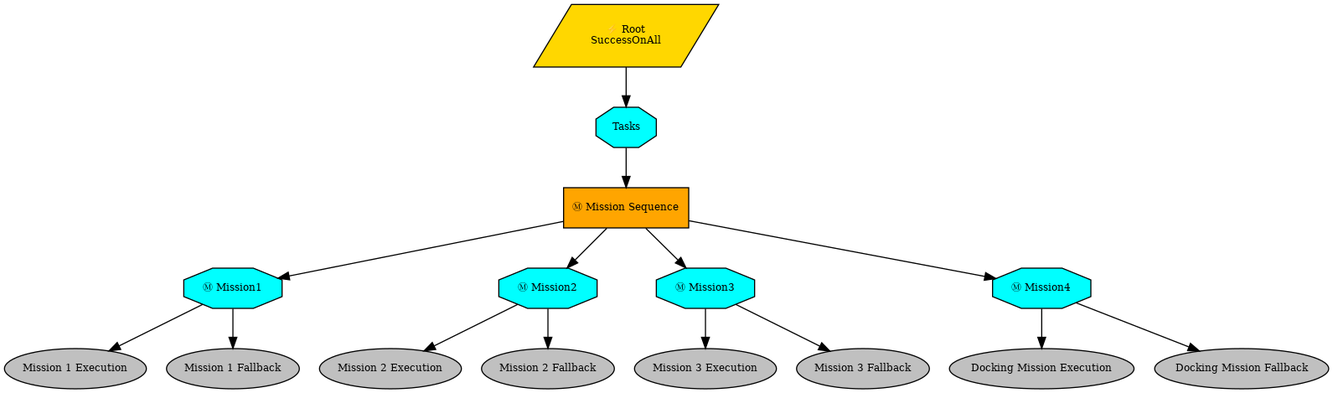
Above: root.png in AMV-UI/KKI-25 (Graphviz), before the change. Its source is kept beside it as root.dot.
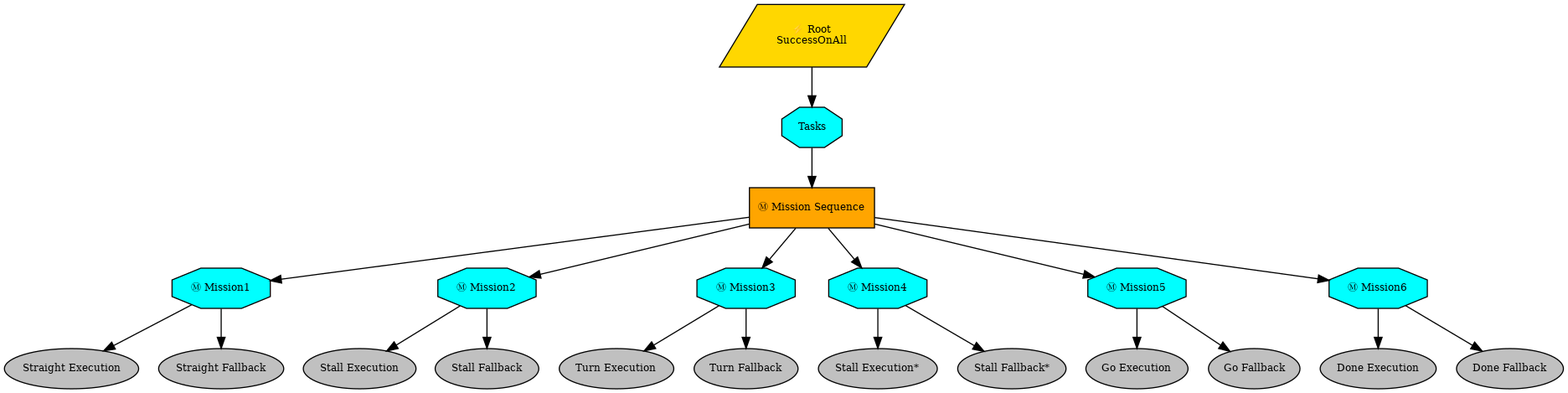
After the change.

The edit, as a diff of the source:
```diff
@@ -10,26 +10,38 @@
 Tasks -> "Mission Sequence";
 Mission1 [fillcolor=cyan, fontcolor=black, fontsize=9, label="Ⓜ Mission1", shape=octagon, style=filled];
 "Mission Sequence" -> Mission1;
-"Mission 1 Execution" [fillcolor=gray, fontcolor=black, fontsize=9, label="Mission 1 Execution", shape=ellipse, style=filled];
-Mission1 -> "Mission 1 Execution";
-"Mission 1 Fallback" [fillcolor=gray, fontcolor=black, fontsize=9, label="Mission 1 Fallback", shape=ellipse, style=filled];
-Mission1 -> "Mission 1 Fallback";
+"Straight Execution" [fillcolor=gray, fontcolor=black, fontsize=9, label="Straight Execution", shape=ellipse, style=filled];
+Mission1 -> "Straight Execution";
+"Straight Fallback" [fillcolor=gray, fontcolor=black, fontsize=9, label="Straight Fallback", shape=ellipse, style=filled];
+Mission1 -> "Straight Fallback";
 Mission2 [fillcolor=cyan, fontcolor=black, fontsize=9, label="Ⓜ Mission2", shape=octagon, style=filled];
 "Mission Sequence" -> Mission2;
-"Mission 2 Execution" [fillcolor=gray, fontcolor=black, fontsize=9, label="Mission 2 Execution", shape=ellipse, style=filled];
-Mission2 -> "Mission 2 Execution";
-"Mission 2 Fallback" [fillcolor=gray, fontcolor=black, fontsize=9, label="Mission 2 Fallback", shape=ellipse, style=filled];
-Mission2 -> "Mission 2 Fallback";
+"Stall Execution" [fillcolor=gray, fontcolor=black, fontsize=9, label="Stall Execution", shape=ellipse, style=filled];
+Mission2 -> "Stall Execution";
+"Stall Fallback" [fillcolor=gray, fontcolor=black, fontsize=9, label="Stall Fallback", shape=ellipse, style=filled];
+Mission2 -> "Stall Fallback";
 Mission3 [fillcolor=cyan, fontcolor=black, fontsize=9, label="Ⓜ Mission3", shape=octagon, style=filled];
 "Mission Sequence" -> Mission3;
-"Mission 3 Execution" [fillcolor=gray, fontcolor=black, fontsize=9, label="Mission 3 Execution", shape=ellipse, style=filled];
-Mission3 -> "Mission 3 Execution";
-"Mission 3 Fallback" [fillcolor=gray, fontcolor=black, fontsize=9, label="Mission 3 Fallback", shape=ellipse, style=filled];
-Mission3 -> "Mission 3 Fallback";
+"Turn Execution" [fillcolor=gray, fontcolor=black, fontsize=9, label="Turn Execution", shape=ellipse, style=filled];
+Mission3 -> "Turn Execution";
+"Turn Fallback" [fillcolor=gray, fontcolor=black, fontsize=9, label="Turn Fallback", shape=ellipse, style=filled];
+Mission3 -> "Turn Fallback";
 Mission4 [fillcolor=cyan, fontcolor=black, fontsize=9, label="Ⓜ Mission4", shape=octagon, style=filled];
 "Mission Sequence" -> Mission4;
-"Docking Mission Execution" [fillcolor=gray, fontcolor=black, fontsize=9, label="Docking Mission Execution", shape=ellipse, style=filled];
-Mission4 -> "Docking Mission Execution";
-"Docking Mission Fallback" [fillcolor=gray, fontcolor=black, fontsize=9, label="Docking Mission Fallback", shape=ellipse, style=filled];
-Mission4 -> "Docking Mission Fallback";
+"Stall Execution*" [fillcolor=gray, fontcolor=black, fontsize=9, label="Stall Execution*", shape=ellipse, style=filled];
+Mission4 -> "Stall Execution*";
+"Stall Fallback*" [fillcolor=gray, fontcolor=black, fontsize=9, label="Stall Fallback*", shape=ellipse, style=filled];
+Mission4 -> "Stall Fallback*";
+Mission5 [fillcolor=cyan, fontcolor=black, fontsize=9, label="Ⓜ Mission5", shape=octagon, style=filled];
+"Mission Sequence" -> Mission5;
+"Go Execution" [fillcolor=gray, fontcolor=black, fontsize=9, label="Go Execution", shape=ellipse, style=filled];
+Mission5 -> "Go Execution";
+"Go Fallback" [fillcolor=gray, fontcolor=black, fontsize=9, label="Go Fallback", shape=ellipse, style=filled];
+Mission5 -> "Go Fallback";
+Mission6 [fillcolor=cyan, fontcolor=black, fontsize=9, label="Ⓜ Mission6", shape=octagon, style=filled];
+"Mission Sequence" -> Mission6;
+"Done Execution" [fillcolor=gray, fontcolor=black, fontsize=9, label="Done Execution", shape=ellipse, style=filled];
+Mission6 -> "Done Execution";
+"Done Fallback" [fillcolor=gray, fontcolor=black, fontsize=9, label="Done Fallback", shape=ellipse, style=filled];
+Mission6 -> "Done Fallback";
 }
```
